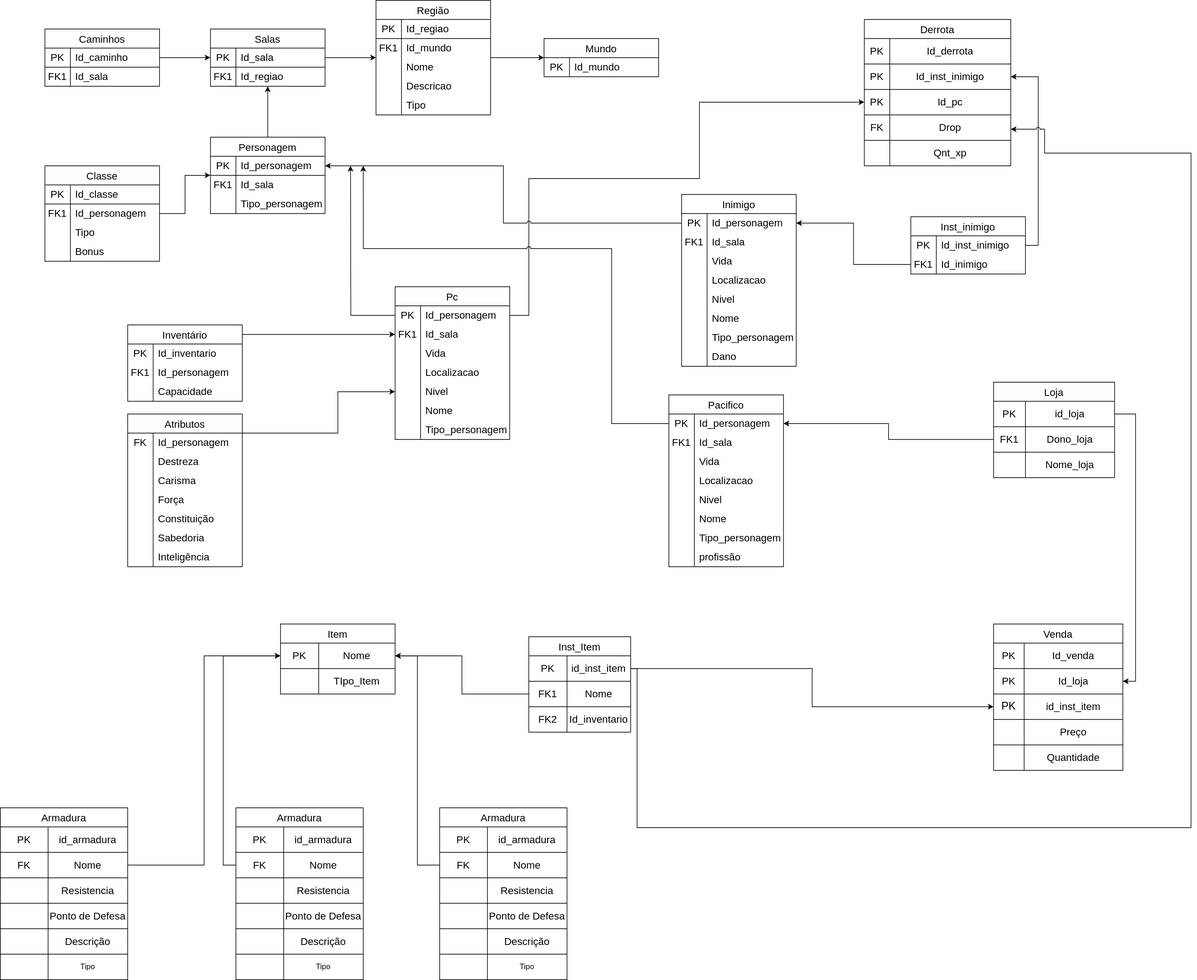
The draw.io diagram docs/modulo_01/MER.drawio.svg in SBD1/2024.2-D-D-classico, before a commit. Source tidied: cells renumbered, new cells last; positions are measured from the earlier drawing's top-left corner, leaving out a move shared by most shapes.
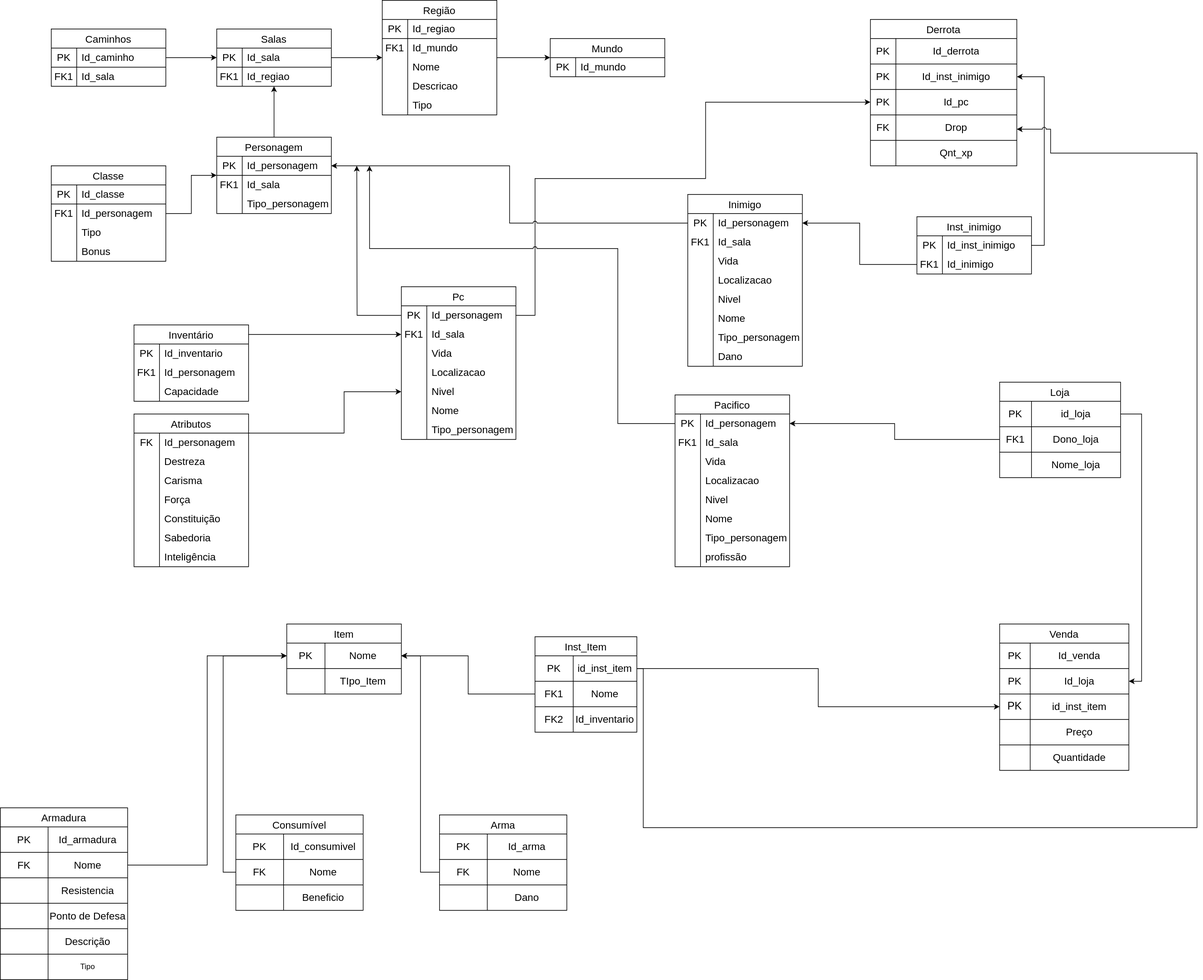
Later version of the same file.

Diff of the diagram source:
```diff
@@ -480,7 +480,7 @@
       <mxGeometry relative="1" as="geometry" />
     </mxCell>
     <mxCell id="154" value="Armadura" style="shape=table;startSize=30;fontSize=16;" parent="1" vertex="1">
-      <mxGeometry y="1269" width="200" height="270" as="geometry" />
+      <mxGeometry x="-10" y="1269" width="200" height="270" as="geometry" />
     </mxCell>
     <mxCell id="155" style="shape=tableRow;horizontal=0;startSize=0;swimlaneHead=0;swimlaneBody=0;strokeColor=inherit;top=0;left=0;bottom=0;right=0;fillColor=none;" parent="154" vertex="1">
       <mxGeometry y="30" width="200" height="40" as="geometry" />
@@ -488,7 +488,7 @@
     <mxCell id="156" value="&lt;font style=&quot;font-size: 16px;&quot;&gt;PK&lt;/font&gt;" style="shape=partialRectangle;html=1;whiteSpace=wrap;strokeColor=inherit;overflow=hidden;fillColor=none;top=0;left=0;bottom=0;right=0;" parent="155" vertex="1">
       <mxGeometry width="75" height="40" as="geometry" />
     </mxCell>
-    <mxCell id="157" value="&lt;font style=&quot;font-size: 16px;&quot;&gt;id_armadura&lt;/font&gt;" style="shape=partialRectangle;html=1;whiteSpace=wrap;strokeColor=inherit;overflow=hidden;fillColor=none;top=0;left=0;bottom=0;right=0;" parent="155" vertex="1">
+    <mxCell id="157" value="&lt;font style=&quot;font-size: 16px;&quot;&gt;Id_armadura&lt;/font&gt;" style="shape=partialRectangle;html=1;whiteSpace=wrap;strokeColor=inherit;overflow=hidden;fillColor=none;top=0;left=0;bottom=0;right=0;" parent="155" vertex="1">
       <mxGeometry x="75" width="125" height="40" as="geometry" />
     </mxCell>
     <mxCell id="158" style="shape=tableRow;horizontal=0;startSize=0;swimlaneHead=0;swimlaneBody=0;strokeColor=inherit;top=0;left=0;bottom=0;right=0;fillColor=none;points=[[0,0.5],[1,0.5]];portConstraint=eastwest;" parent="154" vertex="1">
@@ -536,8 +536,8 @@
     <mxCell id="172" value="Tipo" style="shape=partialRectangle;html=1;whiteSpace=wrap;strokeColor=inherit;overflow=hidden;fillColor=none;top=0;left=0;bottom=0;right=0;" parent="170" vertex="1">
       <mxGeometry x="75" width="125" height="40" as="geometry" />
     </mxCell>
-    <mxCell id="173" value="Armadura" style="shape=table;startSize=30;fontSize=16;" parent="1" vertex="1">
-      <mxGeometry x="370" y="1269" width="200" height="270" as="geometry" />
+    <mxCell id="173" value="Consumível" style="shape=table;startSize=30;fontSize=16;" parent="1" vertex="1">
+      <mxGeometry x="360" y="1280" width="200" height="150" as="geometry" />
     </mxCell>
     <mxCell id="174" style="shape=tableRow;horizontal=0;startSize=0;swimlaneHead=0;swimlaneBody=0;strokeColor=inherit;top=0;left=0;bottom=0;right=0;fillColor=none;" parent="173" vertex="1">
       <mxGeometry y="30" width="200" height="40" as="geometry" />
@@ -545,7 +545,7 @@
     <mxCell id="175" value="&lt;font style=&quot;font-size: 16px;&quot;&gt;PK&lt;/font&gt;" style="shape=partialRectangle;html=1;whiteSpace=wrap;strokeColor=inherit;overflow=hidden;fillColor=none;top=0;left=0;bottom=0;right=0;" parent="174" vertex="1">
       <mxGeometry width="75" height="40" as="geometry" />
     </mxCell>
-    <mxCell id="176" value="&lt;font style=&quot;font-size: 16px;&quot;&gt;id_armadura&lt;/font&gt;" style="shape=partialRectangle;html=1;whiteSpace=wrap;strokeColor=inherit;overflow=hidden;fillColor=none;top=0;left=0;bottom=0;right=0;" parent="174" vertex="1">
+    <mxCell id="176" value="&lt;font style=&quot;font-size: 16px;&quot;&gt;Id_consumivel&lt;br&gt;&lt;/font&gt;" style="shape=partialRectangle;html=1;whiteSpace=wrap;strokeColor=inherit;overflow=hidden;fillColor=none;top=0;left=0;bottom=0;right=0;" parent="174" vertex="1">
       <mxGeometry x="75" width="125" height="40" as="geometry" />
     </mxCell>
     <mxCell id="177" style="shape=tableRow;horizontal=0;startSize=0;swimlaneHead=0;swimlaneBody=0;strokeColor=inherit;top=0;left=0;bottom=0;right=0;fillColor=none;points=[[0,0.5],[1,0.5]];portConstraint=eastwest;" parent="173" vertex="1">
@@ -563,38 +563,11 @@
     <mxCell id="181" style="shape=partialRectangle;html=1;whiteSpace=wrap;strokeColor=inherit;overflow=hidden;fillColor=none;top=0;left=0;bottom=0;right=0;" parent="180" vertex="1">
       <mxGeometry width="75" height="40" as="geometry" />
     </mxCell>
-    <mxCell id="182" value="&lt;font style=&quot;font-size: 16px;&quot;&gt;Resistencia&lt;/font&gt;" style="shape=partialRectangle;html=1;whiteSpace=wrap;strokeColor=inherit;overflow=hidden;fillColor=none;top=0;left=0;bottom=0;right=0;" parent="180" vertex="1">
+    <mxCell id="182" value="&lt;font style=&quot;font-size: 16px;&quot;&gt;Beneficio&lt;br&gt;&lt;/font&gt;" style="shape=partialRectangle;html=1;whiteSpace=wrap;strokeColor=inherit;overflow=hidden;fillColor=none;top=0;left=0;bottom=0;right=0;" parent="180" vertex="1">
       <mxGeometry x="75" width="125" height="40" as="geometry" />
     </mxCell>
-    <mxCell id="183" style="shape=tableRow;horizontal=0;startSize=0;swimlaneHead=0;swimlaneBody=0;strokeColor=inherit;top=0;left=0;bottom=0;right=0;fillColor=none;" parent="173" vertex="1">
-      <mxGeometry y="150" width="200" height="40" as="geometry" />
-    </mxCell>
-    <mxCell id="184" style="shape=partialRectangle;html=1;whiteSpace=wrap;strokeColor=inherit;overflow=hidden;fillColor=none;top=0;left=0;bottom=0;right=0;" parent="183" vertex="1">
-      <mxGeometry width="75" height="40" as="geometry" />
-    </mxCell>
-    <mxCell id="185" value="&lt;font style=&quot;font-size: 16px;&quot;&gt;Ponto de Defesa&lt;br&gt;&lt;/font&gt;" style="shape=partialRectangle;html=1;whiteSpace=wrap;strokeColor=inherit;overflow=hidden;fillColor=none;top=0;left=0;bottom=0;right=0;" parent="183" vertex="1">
-      <mxGeometry x="75" width="125" height="40" as="geometry" />
-    </mxCell>
-    <mxCell id="186" style="shape=tableRow;horizontal=0;startSize=0;swimlaneHead=0;swimlaneBody=0;strokeColor=inherit;top=0;left=0;bottom=0;right=0;fillColor=none;" parent="173" vertex="1">
-      <mxGeometry y="190" width="200" height="40" as="geometry" />
-    </mxCell>
-    <mxCell id="187" style="shape=partialRectangle;html=1;whiteSpace=wrap;strokeColor=inherit;overflow=hidden;fillColor=none;top=0;left=0;bottom=0;right=0;" parent="186" vertex="1">
-      <mxGeometry width="75" height="40" as="geometry" />
-    </mxCell>
-    <mxCell id="188" value="&lt;font style=&quot;font-size: 16px;&quot;&gt;Descrição&lt;br&gt;&lt;/font&gt;" style="shape=partialRectangle;html=1;whiteSpace=wrap;strokeColor=inherit;overflow=hidden;fillColor=none;top=0;left=0;bottom=0;right=0;" parent="186" vertex="1">
-      <mxGeometry x="75" width="125" height="40" as="geometry" />
-    </mxCell>
-    <mxCell id="189" style="shape=tableRow;horizontal=0;startSize=0;swimlaneHead=0;swimlaneBody=0;strokeColor=inherit;top=0;left=0;bottom=0;right=0;fillColor=none;" parent="173" vertex="1">
-      <mxGeometry y="230" width="200" height="40" as="geometry" />
-    </mxCell>
-    <mxCell id="190" style="shape=partialRectangle;html=1;whiteSpace=wrap;strokeColor=inherit;overflow=hidden;fillColor=none;top=0;left=0;bottom=0;right=0;" parent="189" vertex="1">
-      <mxGeometry width="75" height="40" as="geometry" />
-    </mxCell>
-    <mxCell id="191" value="Tipo" style="shape=partialRectangle;html=1;whiteSpace=wrap;strokeColor=inherit;overflow=hidden;fillColor=none;top=0;left=0;bottom=0;right=0;" parent="189" vertex="1">
-      <mxGeometry x="75" width="125" height="40" as="geometry" />
-    </mxCell>
-    <mxCell id="192" value="Armadura" style="shape=table;startSize=30;fontSize=16;" parent="1" vertex="1">
-      <mxGeometry x="690" y="1269" width="200" height="270" as="geometry" />
+    <mxCell id="192" value="Arma" style="shape=table;startSize=30;fontSize=16;" parent="1" vertex="1">
+      <mxGeometry x="680" y="1280" width="200" height="150" as="geometry" />
     </mxCell>
     <mxCell id="193" style="shape=tableRow;horizontal=0;startSize=0;swimlaneHead=0;swimlaneBody=0;strokeColor=inherit;top=0;left=0;bottom=0;right=0;fillColor=none;" parent="192" vertex="1">
       <mxGeometry y="30" width="200" height="40" as="geometry" />
@@ -602,7 +575,7 @@
     <mxCell id="194" value="&lt;font style=&quot;font-size: 16px;&quot;&gt;PK&lt;/font&gt;" style="shape=partialRectangle;html=1;whiteSpace=wrap;strokeColor=inherit;overflow=hidden;fillColor=none;top=0;left=0;bottom=0;right=0;" parent="193" vertex="1">
       <mxGeometry width="75" height="40" as="geometry" />
     </mxCell>
-    <mxCell id="195" value="&lt;font style=&quot;font-size: 16px;&quot;&gt;id_armadura&lt;/font&gt;" style="shape=partialRectangle;html=1;whiteSpace=wrap;strokeColor=inherit;overflow=hidden;fillColor=none;top=0;left=0;bottom=0;right=0;" parent="193" vertex="1">
+    <mxCell id="195" value="&lt;font style=&quot;font-size: 16px;&quot;&gt;Id_arma&lt;br&gt;&lt;/font&gt;" style="shape=partialRectangle;html=1;whiteSpace=wrap;strokeColor=inherit;overflow=hidden;fillColor=none;top=0;left=0;bottom=0;right=0;" parent="193" vertex="1">
       <mxGeometry x="75" width="125" height="40" as="geometry" />
     </mxCell>
     <mxCell id="196" style="shape=tableRow;horizontal=0;startSize=0;swimlaneHead=0;swimlaneBody=0;strokeColor=inherit;top=0;left=0;bottom=0;right=0;fillColor=none;points=[[0,0.5],[1,0.5]];portConstraint=eastwest;" parent="192" vertex="1">
@@ -620,36 +593,9 @@
     <mxCell id="200" style="shape=partialRectangle;html=1;whiteSpace=wrap;strokeColor=inherit;overflow=hidden;fillColor=none;top=0;left=0;bottom=0;right=0;" parent="199" vertex="1">
       <mxGeometry width="75" height="40" as="geometry" />
     </mxCell>
-    <mxCell id="201" value="&lt;font style=&quot;font-size: 16px;&quot;&gt;Resistencia&lt;/font&gt;" style="shape=partialRectangle;html=1;whiteSpace=wrap;strokeColor=inherit;overflow=hidden;fillColor=none;top=0;left=0;bottom=0;right=0;" parent="199" vertex="1">
+    <mxCell id="201" value="&lt;font style=&quot;font-size: 16px;&quot;&gt;Dano&lt;br&gt;&lt;/font&gt;" style="shape=partialRectangle;html=1;whiteSpace=wrap;strokeColor=inherit;overflow=hidden;fillColor=none;top=0;left=0;bottom=0;right=0;" parent="199" vertex="1">
       <mxGeometry x="75" width="125" height="40" as="geometry" />
     </mxCell>
-    <mxCell id="202" style="shape=tableRow;horizontal=0;startSize=0;swimlaneHead=0;swimlaneBody=0;strokeColor=inherit;top=0;left=0;bottom=0;right=0;fillColor=none;" parent="192" vertex="1">
-      <mxGeometry y="150" width="200" height="40" as="geometry" />
-    </mxCell>
-    <mxCell id="203" style="shape=partialRectangle;html=1;whiteSpace=wrap;strokeColor=inherit;overflow=hidden;fillColor=none;top=0;left=0;bottom=0;right=0;" parent="202" vertex="1">
-      <mxGeometry width="75" height="40" as="geometry" />
-    </mxCell>
-    <mxCell id="204" value="&lt;font style=&quot;font-size: 16px;&quot;&gt;Ponto de Defesa&lt;br&gt;&lt;/font&gt;" style="shape=partialRectangle;html=1;whiteSpace=wrap;strokeColor=inherit;overflow=hidden;fillColor=none;top=0;left=0;bottom=0;right=0;" parent="202" vertex="1">
-      <mxGeometry x="75" width="125" height="40" as="geometry" />
-    </mxCell>
-    <mxCell id="205" style="shape=tableRow;horizontal=0;startSize=0;swimlaneHead=0;swimlaneBody=0;strokeColor=inherit;top=0;left=0;bottom=0;right=0;fillColor=none;" parent="192" vertex="1">
-      <mxGeometry y="190" width="200" height="40" as="geometry" />
-    </mxCell>
-    <mxCell id="206" style="shape=partialRectangle;html=1;whiteSpace=wrap;strokeColor=inherit;overflow=hidden;fillColor=none;top=0;left=0;bottom=0;right=0;" parent="205" vertex="1">
-      <mxGeometry width="75" height="40" as="geometry" />
-    </mxCell>
-    <mxCell id="207" value="&lt;font style=&quot;font-size: 16px;&quot;&gt;Descrição&lt;br&gt;&lt;/font&gt;" style="shape=partialRectangle;html=1;whiteSpace=wrap;strokeColor=inherit;overflow=hidden;fillColor=none;top=0;left=0;bottom=0;right=0;" parent="205" vertex="1">
-      <mxGeometry x="75" width="125" height="40" as="geometry" />
-    </mxCell>
-    <mxCell id="208" style="shape=tableRow;horizontal=0;startSize=0;swimlaneHead=0;swimlaneBody=0;strokeColor=inherit;top=0;left=0;bottom=0;right=0;fillColor=none;" parent="192" vertex="1">
-      <mxGeometry y="230" width="200" height="40" as="geometry" />
-    </mxCell>
-    <mxCell id="209" style="shape=partialRectangle;html=1;whiteSpace=wrap;strokeColor=inherit;overflow=hidden;fillColor=none;top=0;left=0;bottom=0;right=0;" parent="208" vertex="1">
-      <mxGeometry width="75" height="40" as="geometry" />
-    </mxCell>
-    <mxCell id="210" value="Tipo" style="shape=partialRectangle;html=1;whiteSpace=wrap;strokeColor=inherit;overflow=hidden;fillColor=none;top=0;left=0;bottom=0;right=0;" parent="208" vertex="1">
-      <mxGeometry x="75" width="125" height="40" as="geometry" />
-    </mxCell>
     <mxCell id="211" style="edgeStyle=orthogonalEdgeStyle;rounded=0;jettySize=auto;html=1;entryX=1;entryY=0.5;entryDx=0;entryDy=0;" parent="1" edge="1" source="196" target="147">
       <mxGeometry relative="1" as="geometry" />
     </mxCell>
```
